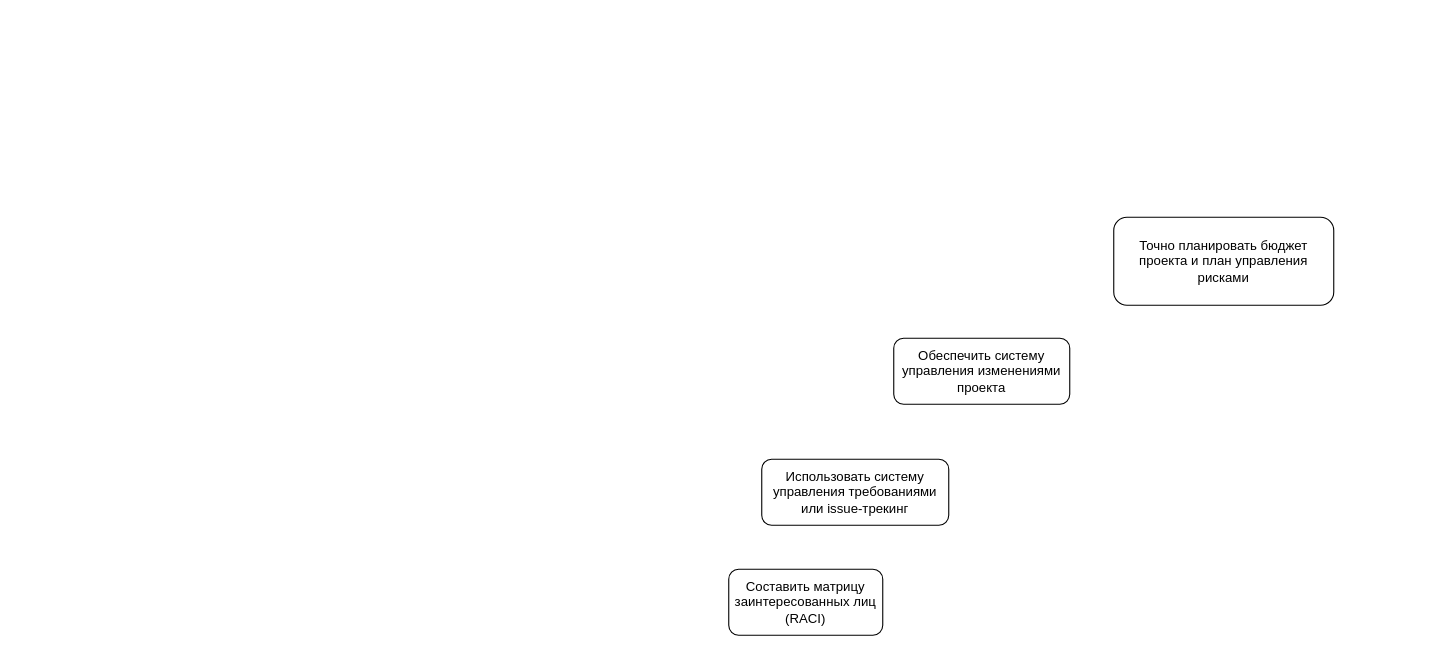
Luzinsan/tusur keeps this draw.io diagram as page "Дерево целей" (8 of 8) of 3 курс/5 семестр/ТСиСА/Курсовая/модели2ч.drawio. Above is the earlier version. Source tidied: cells renumbered, new cells numbered last; positions are measured from the earlier drawing's top-left corner, leaving out a move shared by most shapes. Both pictures are drawn from the tidied source at 110%, with x=0, y=0 at pixel (728, 217).
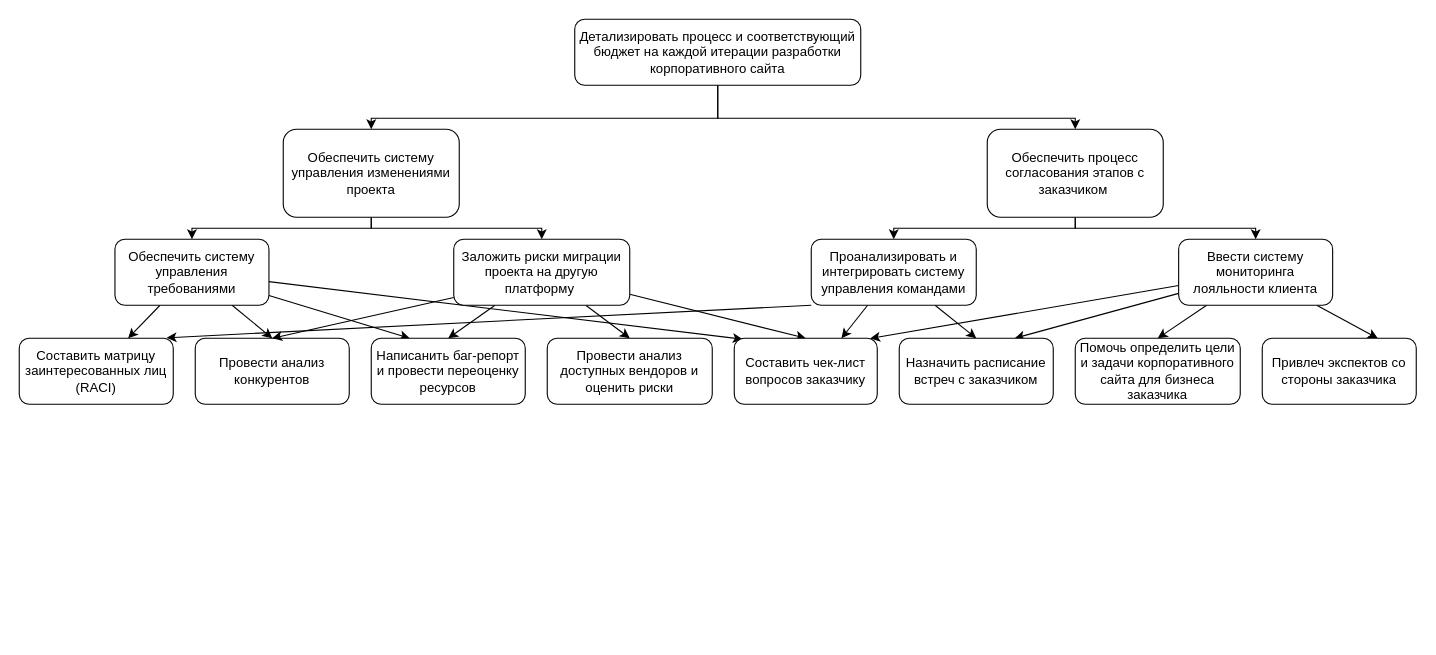
Above is the later version.

What changed in the source:
```diff
@@
+    <mxCell id="6" style="edgeStyle=orthogonalEdgeStyle;rounded=0;jettySize=auto;html=1;entryX=0.5;entryY=0;entryDx=0;entryDy=0;" parent="1" edge="1" source="2" target="3">
+      <mxGeometry relative="1" as="geometry">
+        <Array as="points">
+          <mxPoint x="-10" y="-90" />
+          <mxPoint x="-325" y="-90" />
+        </Array>
+      </mxGeometry>
+    </mxCell>
+    <mxCell id="7" style="edgeStyle=orthogonalEdgeStyle;rounded=0;jettySize=auto;html=1;entryX=0.5;entryY=0;entryDx=0;entryDy=0;" parent="1" edge="1" source="2" target="24">
+      <mxGeometry relative="1" as="geometry">
+        <Array as="points">
+          <mxPoint x="-10" y="-90" />
+          <mxPoint x="315" y="-90" />
+        </Array>
+      </mxGeometry>
+    </mxCell>
-    <mxCell id="2" value="Точно планировать бюджет проекта и план управления рисками" style="rounded=1;whiteSpace=wrap;html=1;" parent="1" vertex="1">
-      <mxGeometry x="350" width="200" height="80" as="geometry" />
+    <mxCell id="2" value="Детализировать процесс и соответствующий бюджет на каждой итерации разработки корпоративного сайта" style="rounded=1;whiteSpace=wrap;html=1;" parent="1" vertex="1">
+      <mxGeometry x="-140" y="-180" width="260" height="60" as="geometry" />
     </mxCell>
+    <mxCell id="8" style="edgeStyle=orthogonalEdgeStyle;rounded=0;jettySize=auto;html=1;entryX=0.5;entryY=0;entryDx=0;entryDy=0;" parent="1" edge="1" source="3" target="4">
+      <mxGeometry relative="1" as="geometry">
+        <Array as="points">
+          <mxPoint x="-325" y="10" />
+          <mxPoint x="-488" y="10" />
+        </Array>
+      </mxGeometry>
+    </mxCell>
+    <mxCell id="9" style="edgeStyle=orthogonalEdgeStyle;rounded=0;jettySize=auto;html=1;entryX=0.5;entryY=0;entryDx=0;entryDy=0;" parent="1" edge="1" source="3" target="19">
+      <mxGeometry relative="1" as="geometry">
+        <Array as="points">
+          <mxPoint x="-325" y="10" />
+          <mxPoint x="-170" y="10" />
+        </Array>
+      </mxGeometry>
+    </mxCell>
     <mxCell id="3" value="Обеспечить систему управления изменениями проекта" style="rounded=1;whiteSpace=wrap;html=1;" parent="1" vertex="1">
-      <mxGeometry x="150" y="110" width="160" height="60" as="geometry" />
+      <mxGeometry x="-405" y="-80" width="160" height="80" as="geometry" />
     </mxCell>
+    <mxCell id="10" style="rounded=0;jettySize=auto;html=1;" parent="1" edge="1" source="4" target="5">
+      <mxGeometry relative="1" as="geometry" />
+    </mxCell>
+    <mxCell id="11" style="edgeStyle=none;rounded=0;jettySize=auto;html=1;entryX=0.5;entryY=0;entryDx=0;entryDy=0;" parent="1" edge="1" source="4" target="14">
+      <mxGeometry relative="1" as="geometry" />
+    </mxCell>
+    <mxCell id="12" style="edgeStyle=none;rounded=0;jettySize=auto;html=1;entryX=0.059;entryY=0.015;entryDx=0;entryDy=0;entryPerimeter=0;" parent="1" edge="1" source="4" target="34">
+      <mxGeometry relative="1" as="geometry" />
+    </mxCell>
+    <mxCell id="13" style="edgeStyle=none;rounded=0;jettySize=auto;html=1;entryX=0.25;entryY=0;entryDx=0;entryDy=0;" parent="1" edge="1" source="4" target="20">
+      <mxGeometry relative="1" as="geometry" />
+    </mxCell>
-    <mxCell id="4" value="Использовать систему управления требованиями или issue-трекинг" style="rounded=1;whiteSpace=wrap;html=1;" parent="1" vertex="1">
-      <mxGeometry x="30" y="220" width="170" height="60" as="geometry" />
+    <mxCell id="4" value="Обеспечить систему управления требованиями" style="rounded=1;whiteSpace=wrap;html=1;" parent="1" vertex="1">
+      <mxGeometry x="-558" y="20" width="140" height="60" as="geometry" />
     </mxCell>
     <mxCell id="5" value="Составить матрицу заинтересованных лиц (RACI)" style="rounded=1;whiteSpace=wrap;html=1;" parent="1" vertex="1">
-      <mxGeometry y="320" width="140" height="60" as="geometry" />
+      <mxGeometry x="-645" y="110" width="140" height="60" as="geometry" />
     </mxCell>
+    <mxCell id="14" value="Провести анализ конкурентов" style="rounded=1;whiteSpace=wrap;html=1;" parent="1" vertex="1">
+      <mxGeometry x="-485" y="110" width="140" height="60" as="geometry" />
+    </mxCell>
+    <mxCell id="15" style="edgeStyle=none;rounded=0;jettySize=auto;html=1;entryX=0.5;entryY=0;entryDx=0;entryDy=0;" parent="1" edge="1" source="19" target="20">
+      <mxGeometry relative="1" as="geometry" />
+    </mxCell>
+    <mxCell id="16" style="edgeStyle=none;rounded=0;jettySize=auto;html=1;entryX=0.5;entryY=0;entryDx=0;entryDy=0;exitX=0;exitY=0.883;exitDx=0;exitDy=0;exitPerimeter=0;" parent="1" edge="1" source="19" target="14">
+      <mxGeometry relative="1" as="geometry" />
+    </mxCell>
+    <mxCell id="17" style="edgeStyle=none;rounded=0;jettySize=auto;html=1;entryX=0.5;entryY=0;entryDx=0;entryDy=0;" parent="1" edge="1" source="19" target="34">
+      <mxGeometry relative="1" as="geometry" />
+    </mxCell>
+    <mxCell id="18" style="edgeStyle=none;rounded=0;jettySize=auto;html=1;entryX=0.5;entryY=0;entryDx=0;entryDy=0;" parent="1" edge="1" source="19" target="21">
+      <mxGeometry relative="1" as="geometry" />
+    </mxCell>
+    <mxCell id="19" value="Заложить риски миграции проекта на другую платформу&amp;nbsp;" style="rounded=1;whiteSpace=wrap;html=1;" parent="1" vertex="1">
+      <mxGeometry x="-250" y="20" width="160" height="60" as="geometry" />
+    </mxCell>
+    <mxCell id="20" value="Написанить баг-репорт и провести переоценку ресурсов" style="rounded=1;whiteSpace=wrap;html=1;" parent="1" vertex="1">
+      <mxGeometry x="-325" y="110" width="140" height="60" as="geometry" />
+    </mxCell>
+    <mxCell id="21" value="Провести анализ доступных вендоров и оценить риски" style="rounded=1;whiteSpace=wrap;html=1;" parent="1" vertex="1">
+      <mxGeometry x="-165" y="110" width="150" height="60" as="geometry" />
+    </mxCell>
+    <mxCell id="22" style="edgeStyle=orthogonalEdgeStyle;rounded=0;jettySize=auto;html=1;entryX=0.5;entryY=0;entryDx=0;entryDy=0;" parent="1" edge="1" source="24" target="28">
+      <mxGeometry relative="1" as="geometry">
+        <Array as="points">
+          <mxPoint x="315" y="10" />
+          <mxPoint x="150" y="10" />
+        </Array>
+      </mxGeometry>
+    </mxCell>
+    <mxCell id="23" style="edgeStyle=orthogonalEdgeStyle;rounded=0;jettySize=auto;html=1;entryX=0.5;entryY=0;entryDx=0;entryDy=0;" parent="1" edge="1" source="24" target="33">
+      <mxGeometry relative="1" as="geometry">
+        <Array as="points">
+          <mxPoint x="315" y="10" />
+          <mxPoint x="479" y="10" />
+        </Array>
+      </mxGeometry>
+    </mxCell>
+    <mxCell id="24" value="Обеспечить процесс согласования этапов с заказчиком&amp;nbsp;" style="rounded=1;whiteSpace=wrap;html=1;" parent="1" vertex="1">
+      <mxGeometry x="235" y="-80" width="160" height="80" as="geometry" />
+    </mxCell>
+    <mxCell id="25" style="rounded=0;jettySize=auto;html=1;entryX=0.5;entryY=0;entryDx=0;entryDy=0;" parent="1" edge="1" source="28" target="35">
+      <mxGeometry relative="1" as="geometry" />
+    </mxCell>
+    <mxCell id="26" style="edgeStyle=none;rounded=0;jettySize=auto;html=1;entryX=0.957;entryY=-0.007;entryDx=0;entryDy=0;exitX=0;exitY=1;exitDx=0;exitDy=0;entryPerimeter=0;" parent="1" edge="1" source="28" target="5">
+      <mxGeometry relative="1" as="geometry" />
+    </mxCell>
+    <mxCell id="27" style="edgeStyle=none;rounded=0;jettySize=auto;html=1;entryX=0.75;entryY=0;entryDx=0;entryDy=0;" parent="1" edge="1" source="28" target="34">
+      <mxGeometry relative="1" as="geometry" />
+    </mxCell>
+    <mxCell id="28" value="Проанализировать и интегрировать систему управления командами" style="rounded=1;whiteSpace=wrap;html=1;" parent="1" vertex="1">
+      <mxGeometry x="75" y="20" width="150" height="60" as="geometry" />
+    </mxCell>
+    <mxCell id="29" style="edgeStyle=none;rounded=0;jettySize=auto;html=1;entryX=0.75;entryY=0;entryDx=0;entryDy=0;" parent="1" edge="1" source="33" target="37">
+      <mxGeometry relative="1" as="geometry" />
+    </mxCell>
+    <mxCell id="30" style="edgeStyle=none;rounded=0;jettySize=auto;html=1;entryX=0.5;entryY=0;entryDx=0;entryDy=0;" parent="1" edge="1" source="33" target="36">
+      <mxGeometry relative="1" as="geometry" />
+    </mxCell>
+    <mxCell id="31" style="edgeStyle=none;rounded=0;jettySize=auto;html=1;entryX=0.75;entryY=0;entryDx=0;entryDy=0;" parent="1" edge="1" source="33" target="35">
+      <mxGeometry relative="1" as="geometry" />
+    </mxCell>
+    <mxCell id="32" style="edgeStyle=none;rounded=0;jettySize=auto;html=1;entryX=0.951;entryY=0.004;entryDx=0;entryDy=0;entryPerimeter=0;" parent="1" edge="1" source="33" target="34">
+      <mxGeometry relative="1" as="geometry" />
+    </mxCell>
+    <mxCell id="33" value="Ввести систему мониторинга лояльности клиента" style="rounded=1;whiteSpace=wrap;html=1;" parent="1" vertex="1">
+      <mxGeometry x="409" y="20" width="140" height="60" as="geometry" />
+    </mxCell>
+    <mxCell id="34" value="Составить чек-лист вопросов заказчику" style="rounded=1;whiteSpace=wrap;html=1;" parent="1" vertex="1">
+      <mxGeometry x="5" y="110" width="130" height="60" as="geometry" />
+    </mxCell>
+    <mxCell id="35" value="Назначить расписание встреч с заказчиком" style="rounded=1;whiteSpace=wrap;html=1;" parent="1" vertex="1">
+      <mxGeometry x="155" y="110" width="140" height="60" as="geometry" />
+    </mxCell>
+    <mxCell id="36" value="Помочь определить цели и задачи корпоративного сайта для бизнеса заказчика" style="rounded=1;whiteSpace=wrap;html=1;" parent="1" vertex="1">
+      <mxGeometry x="315" y="110" width="150" height="60" as="geometry" />
+    </mxCell>
+    <mxCell id="37" value="Привлеч экспектов со стороны заказчика" style="rounded=1;whiteSpace=wrap;html=1;" parent="1" vertex="1">
+      <mxGeometry x="485" y="110" width="140" height="60" as="geometry" />
+    </mxCell>
```
